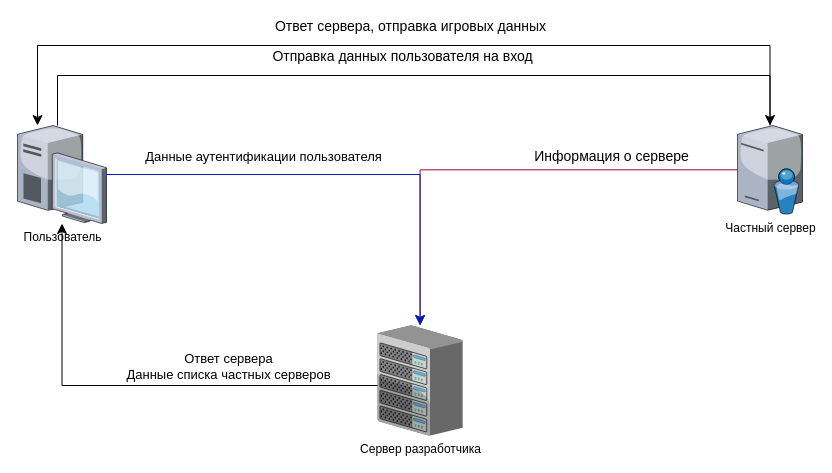
1DeMeNToR1/RocketModUpdater_32 keeps this draw.io diagram as Диаграмма без названия.drawio. Above is the earlier version. Source tidied: cells renumbered, new cells numbered last; positions are measured from the earlier drawing's top-left corner, leaving out a move shared by most shapes. Both pictures are drawn from the tidied source at 100%, with x=0, y=0 at pixel (17, 45).
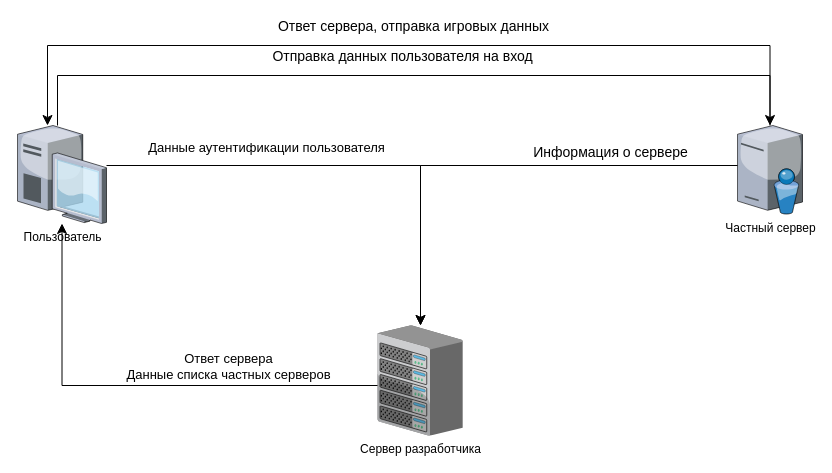
Above is the later version.

The change refers to these unchanged cells:
```xml
<mxCell id="2" value="Сервер разработчика" style="verticalLabelPosition=bottom;sketch=0;html=1;verticalAlign=top;strokeColor=none;align=center;outlineConnect=0;shape=mxgraph.citrix.chassis;" parent="1" vertex="1">
  <mxGeometry x="360" y="280" width="85.2" height="110" as="geometry" />
</mxCell>
<mxCell id="3" value="Частный сервер" style="verticalLabelPosition=bottom;sketch=0;html=1;verticalAlign=top;strokeColor=none;align=center;outlineConnect=0;shape=mxgraph.citrix.directory_server;" parent="1" vertex="1">
  <mxGeometry x="720" y="80" width="65" height="88.5" as="geometry" />
</mxCell>
<mxCell id="4" value="Пользователь" style="verticalLabelPosition=bottom;sketch=0;html=1;verticalAlign=top;strokeColor=none;align=center;outlineConnect=0;shape=mxgraph.citrix.desktop;" parent="1" vertex="1">
  <mxGeometry y="80" width="89" height="98" as="geometry" />
</mxCell>
```

The edit, as a diff of the source:
```diff
@@
-    <mxCell id="5" style="edgeStyle=segmentEdgeStyle;endArrow=classic;html=1;curved=0;rounded=0;endSize=8;startSize=8;fillColor=#d80073;strokeColor=#A50040;" parent="1" edge="1" source="3" target="2">
-      <mxGeometry relative="1" as="geometry" />
+    <mxCell id="5" style="edgeStyle=segmentEdgeStyle;endArrow=classic;html=1;curved=0;rounded=0;endSize=8;startSize=8;fillColor=#d80073;strokeColor=#000000;" parent="1" edge="1" source="3" target="2">
+      <mxGeometry relative="1" as="geometry">
+        <Array as="points">
+          <mxPoint x="403" y="120" />
+        </Array>
+      </mxGeometry>
     </mxCell>
@@
-    <mxCell id="7" style="edgeStyle=segmentEdgeStyle;endArrow=classic;html=1;curved=0;rounded=0;endSize=8;startSize=8;fillColor=#0050ef;strokeColor=#001DBC;" parent="1" edge="1" source="4" target="2">
-      <mxGeometry relative="1" as="geometry" />
+    <mxCell id="7" style="edgeStyle=segmentEdgeStyle;endArrow=classic;html=1;curved=0;rounded=0;endSize=8;startSize=8;fillColor=#0050ef;strokeColor=#000000;" parent="1" edge="1" source="4" target="2">
+      <mxGeometry relative="1" as="geometry">
+        <Array as="points">
+          <mxPoint x="403" y="120" />
+        </Array>
+      </mxGeometry>
     </mxCell>
@@
     <mxCell id="13" style="edgeStyle=elbowEdgeStyle;elbow=horizontal;endArrow=classic;html=1;curved=0;rounded=0;endSize=8;startSize=8;" parent="1" edge="1" source="3" target="4">
       <mxGeometry relative="1" as="geometry">
         <Array as="points">
+          <mxPoint x="30" />
+          <mxPoint x="770" />
+          <mxPoint x="30" y="-10" />
+          <mxPoint x="30" y="20" />
+          <mxPoint x="560" />
+          <mxPoint x="560" y="10" />
+          <mxPoint x="760" y="20" />
           <mxPoint x="20" />
         </Array>
       </mxGeometry>
     </mxCell>
```
